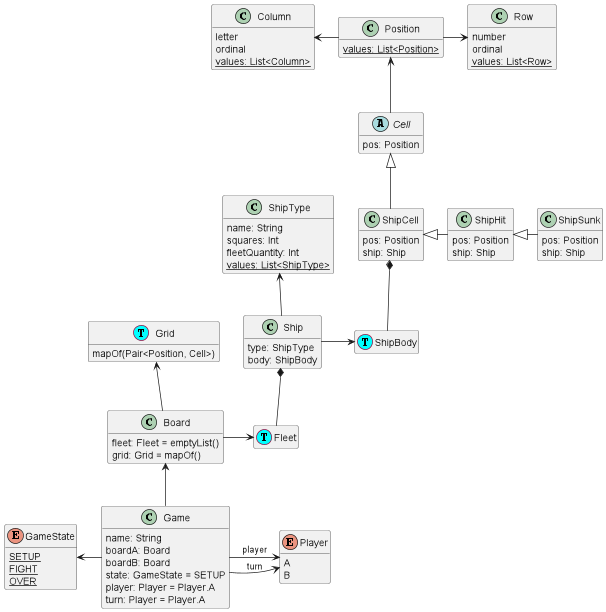
Earlier version of the PlantUML export Programmer Utils/puml4linux/Game.png (ISEL-STRESSES/Battleship). Its source is kept beside it as src/main/kotlin/battleship/plantUMLs/model/Game.puml.
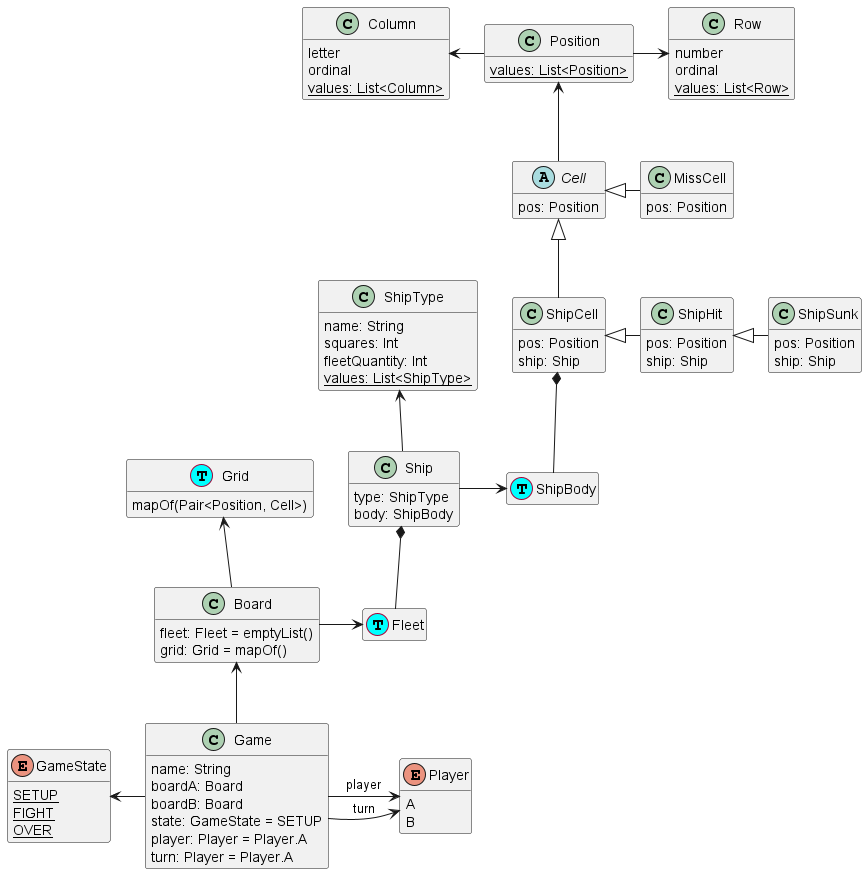
Above is the later version.

What changed in the source:
```diff
@@ -59,6 +59,10 @@
 pos: Position
 }
 
+class MissCell{
+pos: Position
+}
+Cell <|-right- MissCell
 
 class ShipCell{
 pos: Position
```
